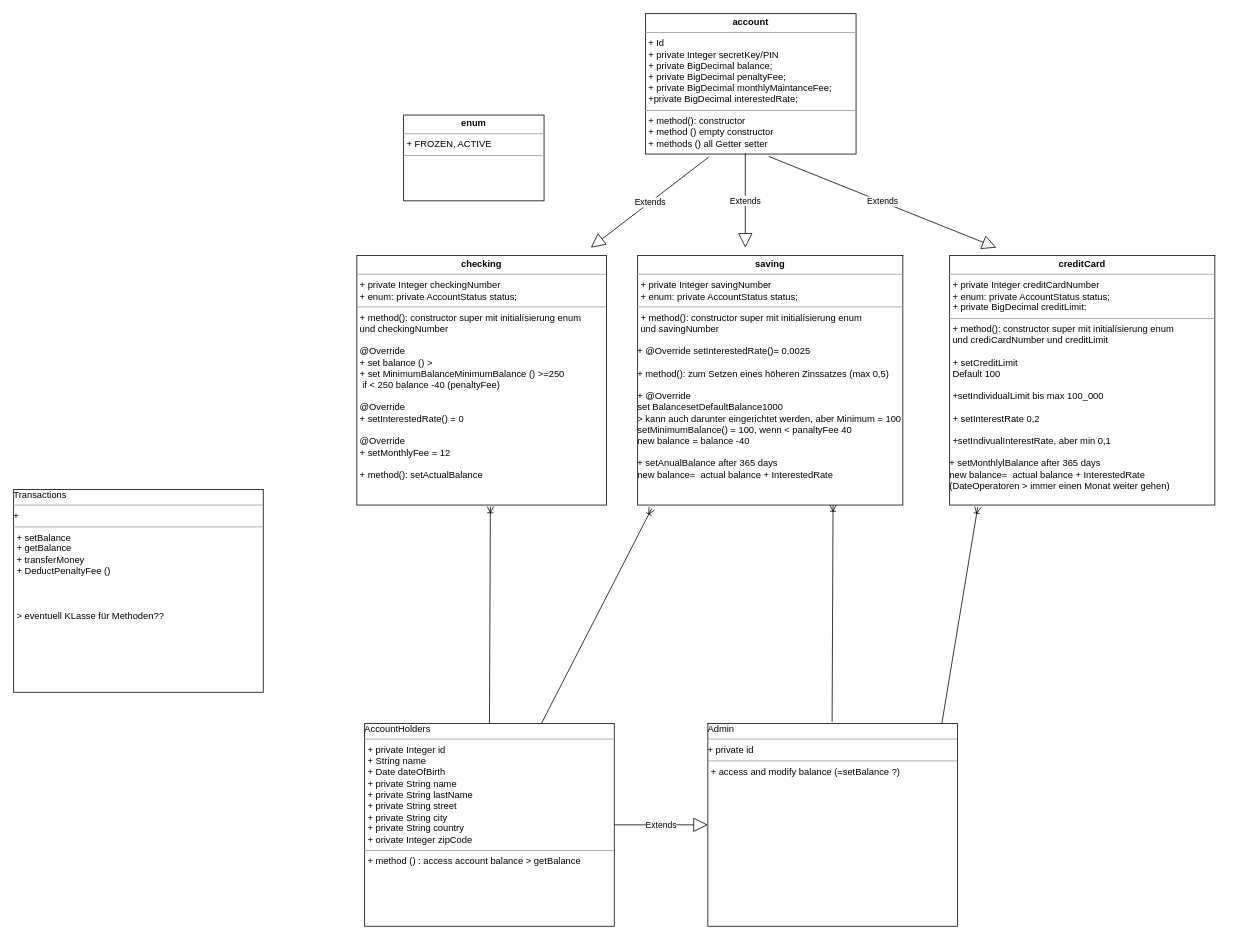
Before: Untitled Diagram.drawio in JFHI/Midterm_Bankingsystem, a draw.io diagram. Source tidied: cells renumbered, new cells numbered last; positions are measured from the earlier drawing's top-left corner, leaving out a move shared by most shapes. Both pictures are drawn from the tidied source at 78%, with x=0, y=0 at pixel (13, 13).
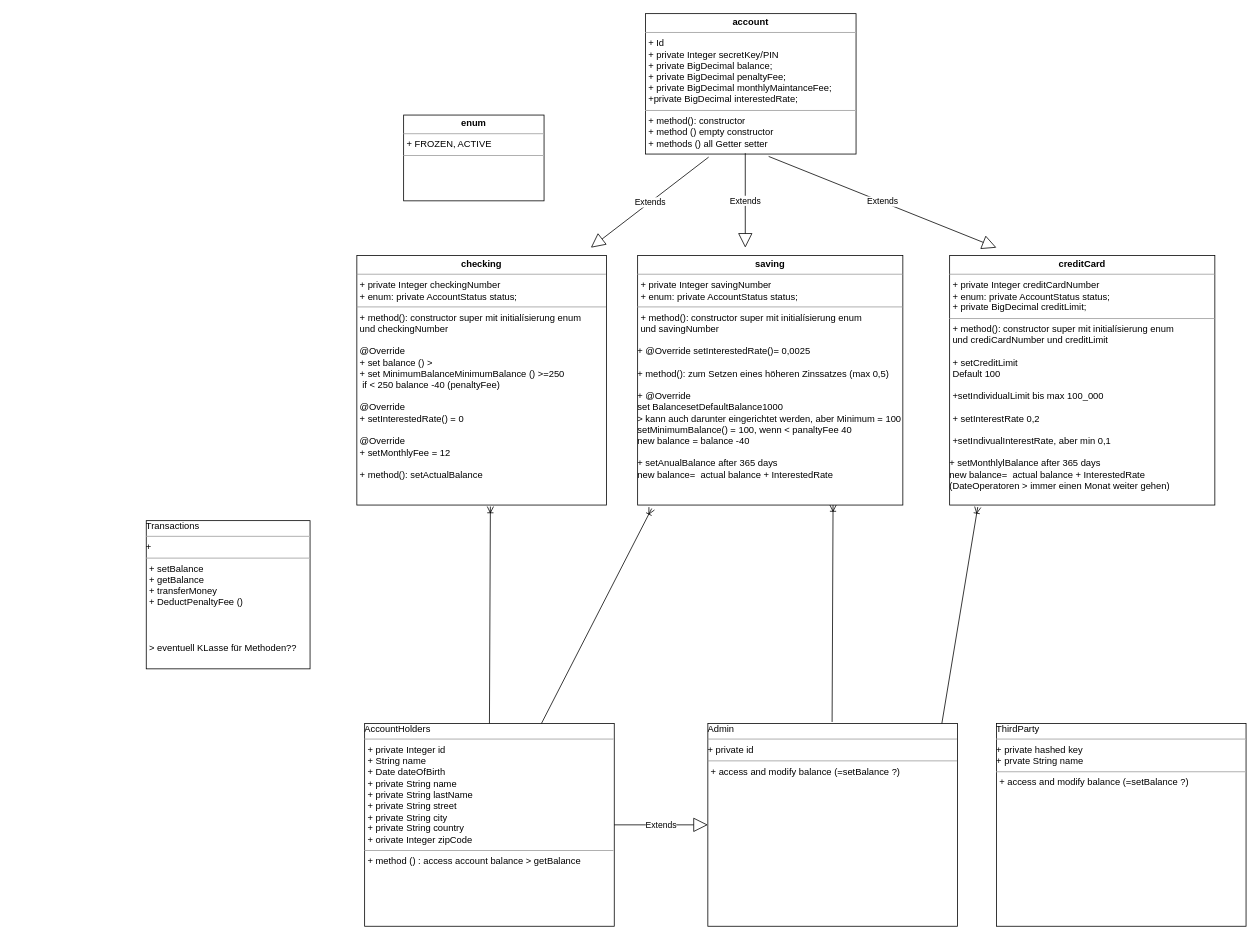
After the change.

Diff of the diagram source:
```diff
@@
     <mxCell id="13" value="Transactions&lt;br&gt;&lt;hr size=&quot;1&quot;&gt;+ &lt;br&gt;&lt;hr size=&quot;1&quot;&gt;&lt;p style=&quot;margin: 0px ; margin-left: 4px&quot;&gt;+ setBalance&lt;/p&gt;&lt;p style=&quot;margin: 0px ; margin-left: 4px&quot;&gt;+ getBalance&lt;br&gt;&lt;/p&gt;&lt;p style=&quot;margin: 0px ; margin-left: 4px&quot;&gt;+ transferMoney&lt;/p&gt;&lt;p style=&quot;margin: 0px ; margin-left: 4px&quot;&gt;+ DeductPenaltyFee ()&lt;/p&gt;&lt;p style=&quot;margin: 0px ; margin-left: 4px&quot;&gt;&lt;br&gt;&lt;/p&gt;&lt;p style=&quot;margin: 0px ; margin-left: 4px&quot;&gt;&lt;br&gt;&lt;/p&gt;&lt;p style=&quot;margin: 0px ; margin-left: 4px&quot;&gt;&lt;br&gt;&lt;/p&gt;&lt;p style=&quot;margin: 0px ; margin-left: 4px&quot;&gt;&amp;gt; eventuell KLasse für Methoden??&lt;br&gt;&lt;/p&gt;" style="verticalAlign=top;align=left;overflow=fill;fontSize=12;fontFamily=Helvetica;html=1;" parent="1" vertex="1">
-      <mxGeometry y="610" width="320" height="260" as="geometry" />
+      <mxGeometry x="170" y="650" width="210" height="190" as="geometry" />
     </mxCell>
@@
+    <mxCell id="18" value="ThirdParty&lt;hr size=&quot;1&quot;&gt;+ private hashed key&lt;br&gt;+ prvate String name&lt;br&gt;&lt;hr size=&quot;1&quot;&gt;&lt;p style=&quot;margin: 0px ; margin-left: 4px&quot;&gt;+ access and modify balance (=setBalance ?)&lt;br&gt;&lt;/p&gt;" style="verticalAlign=top;align=left;overflow=fill;fontSize=12;fontFamily=Helvetica;html=1;" parent="1" vertex="1">
+      <mxGeometry x="1260" y="910" width="320" height="260" as="geometry" />
+    </mxCell>
```
